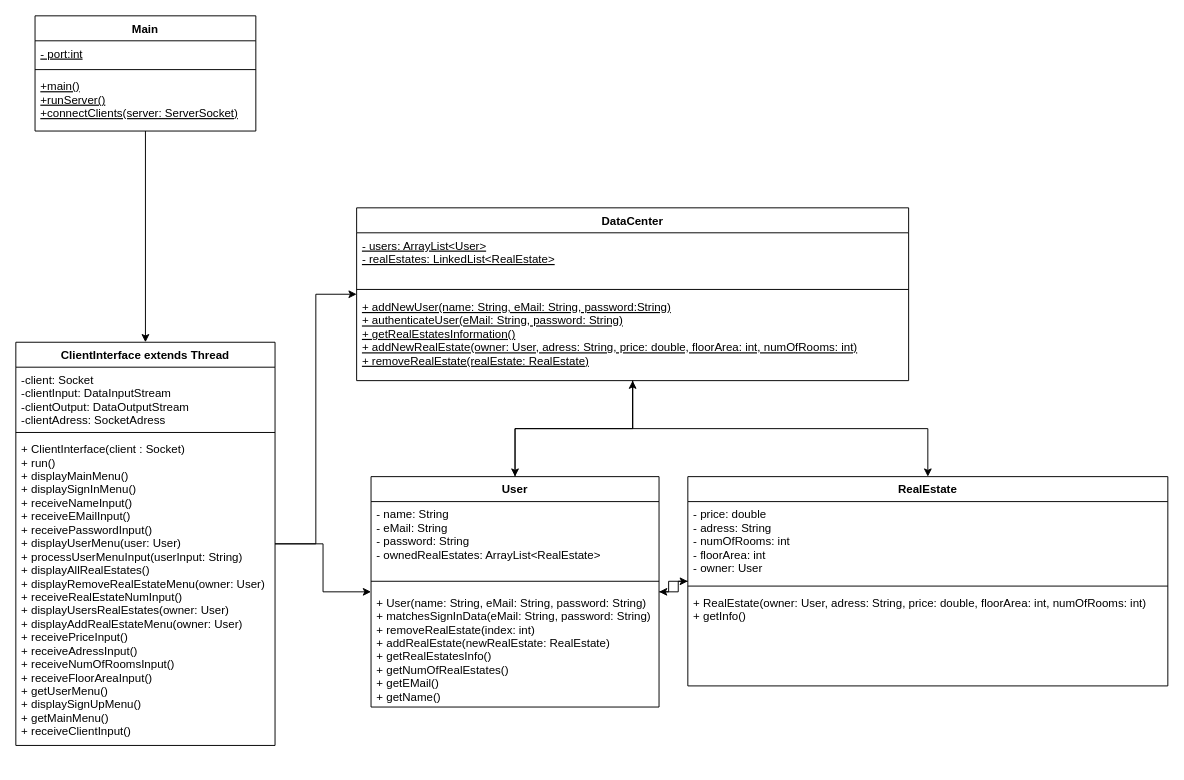
Before: KlassendiagrammServer.drawio in FabioKron/Online-Immobilienportal, a draw.io diagram. Source tidied: cells renumbered, new cells numbered last; positions are measured from the earlier drawing's top-left corner, leaving out a move shared by most shapes. Both pictures are drawn from the tidied source at 96%, with x=0, y=0 at pixel (15, 15).
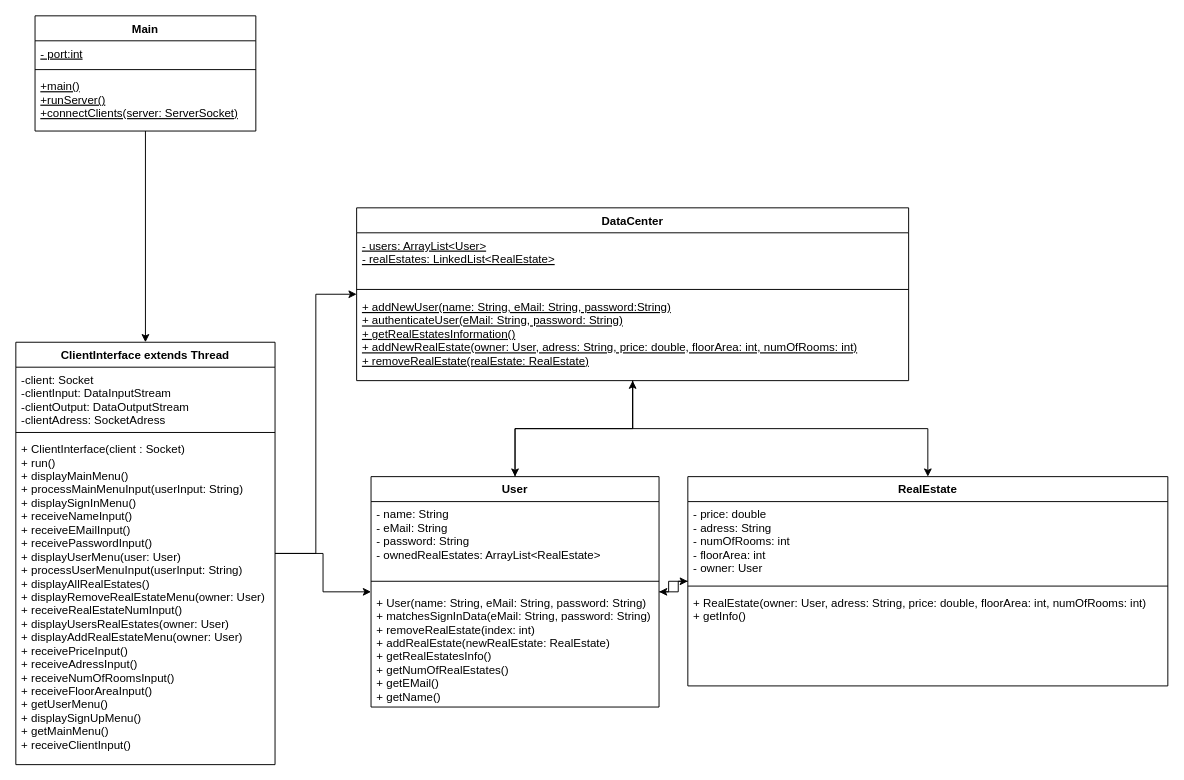
The same page after the edit.

Commit message (it also covers changes not shown here):
Hinzufügen der Methode processMainMenuInput in den Diagrammen da diese beim letzten mal nicht gespeichert wurde

Change to the diagram source:
```diff
@@
     <mxCell id="9" value="ClientInterface extends Thread" style="swimlane;fontStyle=1;align=center;verticalAlign=top;horizontal=1;startSize=26;" parent="1" vertex="1">
-      <mxGeometry y="340" width="270" height="420" as="geometry" />
+      <mxGeometry y="340" width="270" height="440" as="geometry" />
     </mxCell>
@@
-    <mxCell id="12" value="+ ClientInterface(client : Socket)&#10;+ run()&#10;+ displayMainMenu()&#10;+ displaySignInMenu()&#10;+ receiveNameInput()&#10;+ receiveEMailInput()&#10;+ receivePasswordInput()&#10;+ displayUserMenu(user: User)&#10;+ processUserMenuInput(userInput: String)&#10;+ displayAllRealEstates()&#10;+ displayRemoveRealEstateMenu(owner: User)&#10;+ receiveRealEstateNumInput()&#10;+ displayUsersRealEstates(owner: User)&#10;+ displayAddRealEstateMenu(owner: User)&#10;+ receivePriceInput()&#10;+ receiveAdressInput()&#10;+ receiveNumOfRoomsInput()&#10;+ receiveFloorAreaInput()&#10;+ getUserMenu()&#10;+ displaySignUpMenu()&#10;+ getMainMenu()&#10;+ receiveClientInput()&#10;" style="text;strokeColor=none;fillColor=none;align=left;verticalAlign=top;spacingLeft=4;spacingRight=4;overflow=hidden;" parent="9" vertex="1">
-      <mxGeometry y="98" width="270" height="322" as="geometry" />
+    <mxCell id="12" value="+ ClientInterface(client : Socket)&#10;+ run()&#10;+ displayMainMenu()&#10;+ processMainMenuInput(userInput: String)&#10;+ displaySignInMenu()&#10;+ receiveNameInput()&#10;+ receiveEMailInput()&#10;+ receivePasswordInput()&#10;+ displayUserMenu(user: User)&#10;+ processUserMenuInput(userInput: String)&#10;+ displayAllRealEstates()&#10;+ displayRemoveRealEstateMenu(owner: User)&#10;+ receiveRealEstateNumInput()&#10;+ displayUsersRealEstates(owner: User)&#10;+ displayAddRealEstateMenu(owner: User)&#10;+ receivePriceInput()&#10;+ receiveAdressInput()&#10;+ receiveNumOfRoomsInput()&#10;+ receiveFloorAreaInput()&#10;+ getUserMenu()&#10;+ displaySignUpMenu()&#10;+ getMainMenu()&#10;+ receiveClientInput()&#10;" style="text;strokeColor=none;fillColor=none;align=left;verticalAlign=top;spacingLeft=4;spacingRight=4;overflow=hidden;" parent="9" vertex="1">
+      <mxGeometry y="98" width="270" height="342" as="geometry" />
     </mxCell>
```
